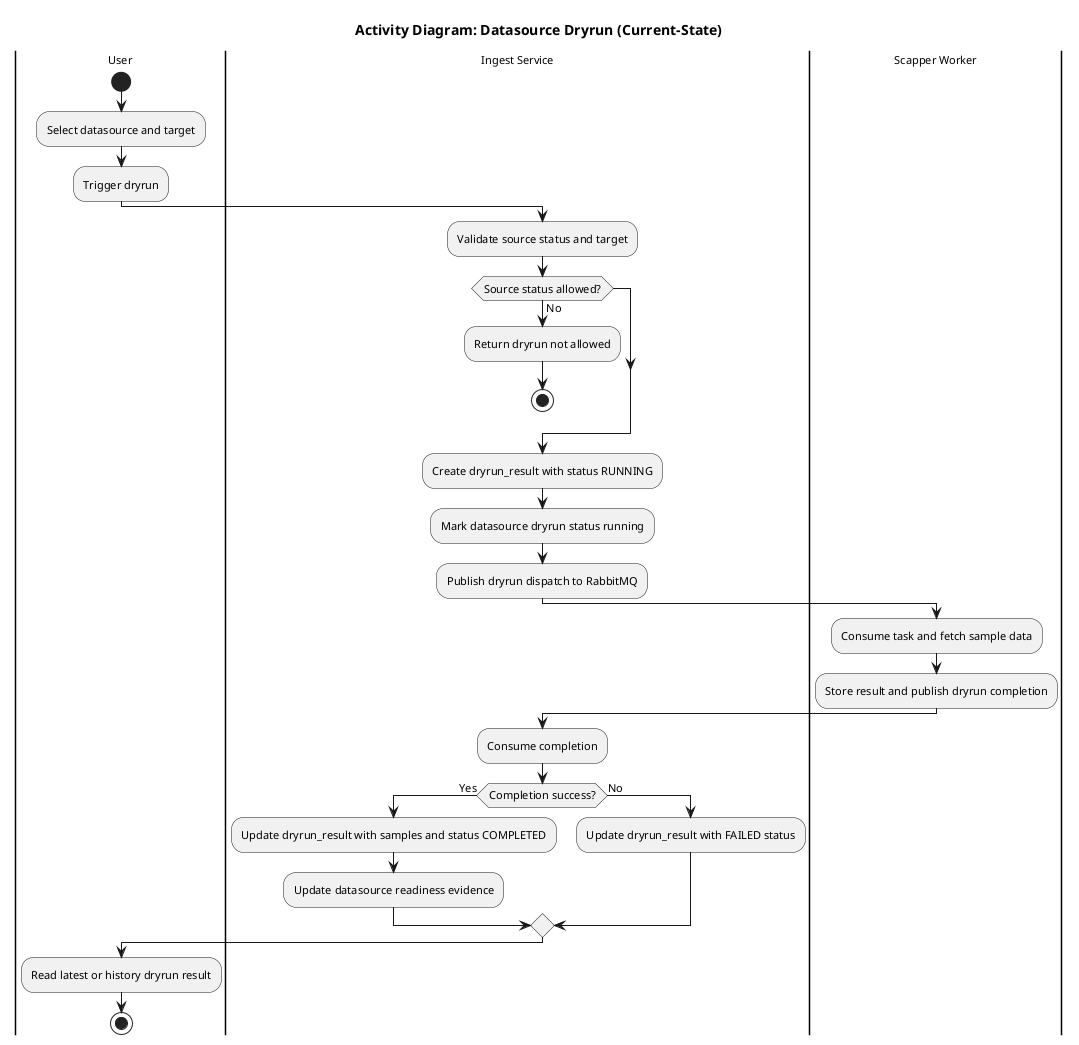
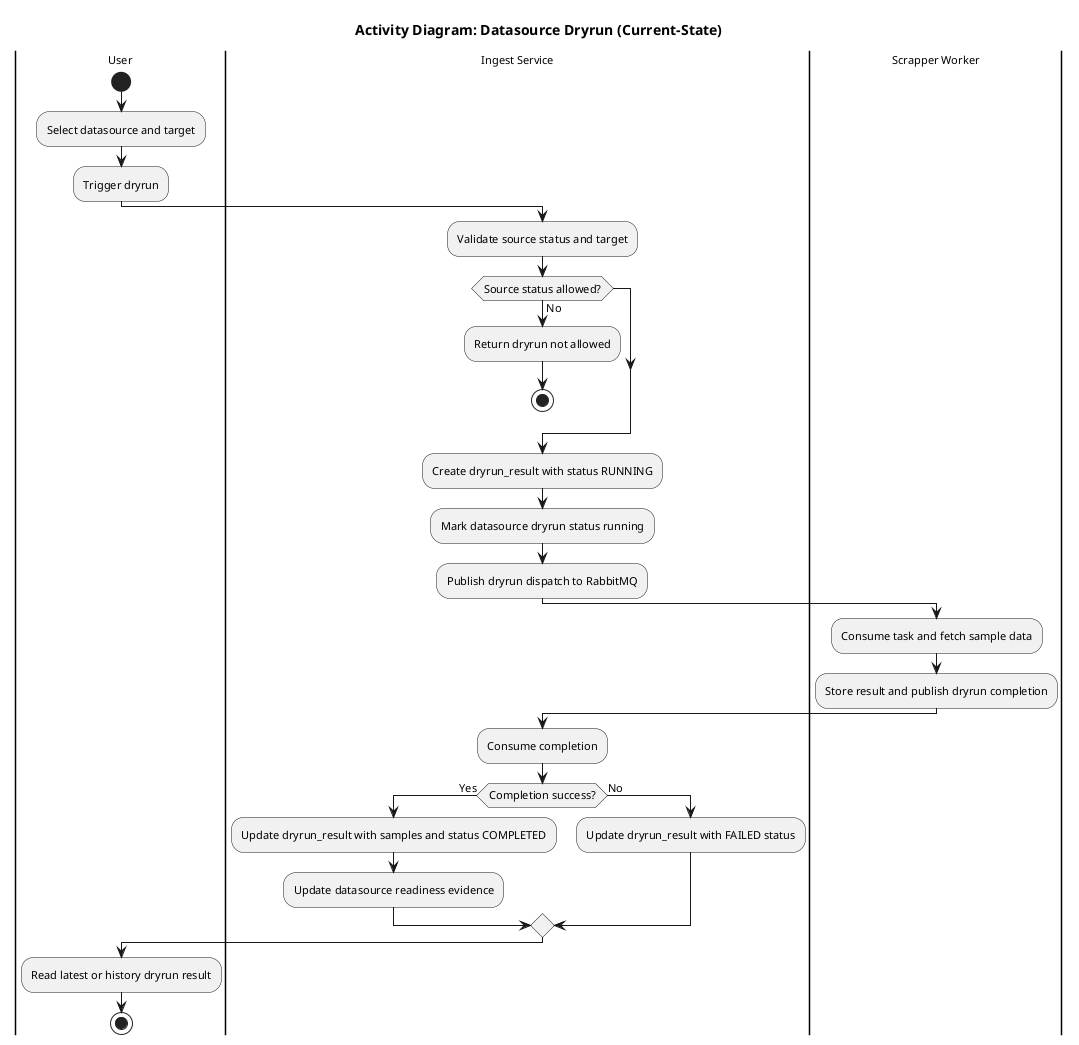
@startuml AD_dryrun_current
skinparam backgroundColor white
skinparam defaultFontName "Arial"
skinparam defaultFontSize 11
skinparam monochrome true
skinparam shadowing false

title Activity Diagram: Datasource Dryrun (Current-State)

|User|
start
:Select datasource and target;
:Trigger dryrun;

|Ingest Service|
:Validate source status and target;
if (Source status allowed?) then (No)
  :Return dryrun not allowed;
  stop
endif

:Create dryrun_result with status RUNNING;
:Mark datasource dryrun status running;
:Publish dryrun dispatch to RabbitMQ;

- |Scapper Worker|
+ |Scrapper Worker|
:Consume task and fetch sample data;
:Store result and publish dryrun completion;

|Ingest Service|
:Consume completion;
if (Completion success?) then (Yes)
  :Update dryrun_result with samples and status COMPLETED;
  :Update datasource readiness evidence;
else (No)
  :Update dryrun_result with FAILED status;
endif

|User|
:Read latest or history dryrun result;
stop
@enduml
